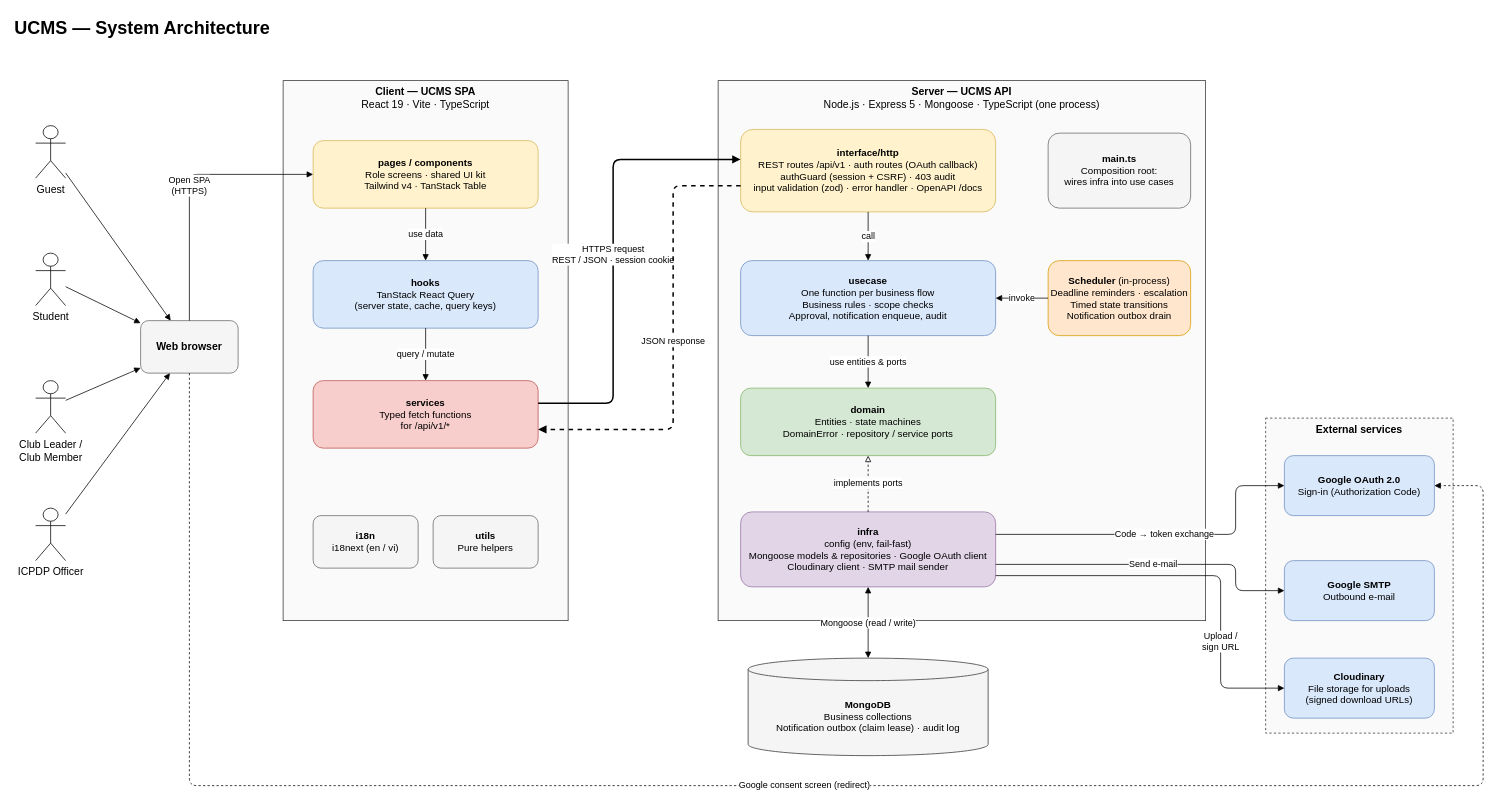
Before: docs/03-diagrams/UCMS_System_Architecture.drawio in nvdekay/ClubManagementSystem, a draw.io diagram. Source tidied: cells renumbered, new cells numbered last; positions are measured from the earlier drawing's top-left corner, leaving out a move shared by most shapes. Both pictures are drawn from the tidied source at 75%, with x=0, y=0 at pixel (13, 13).
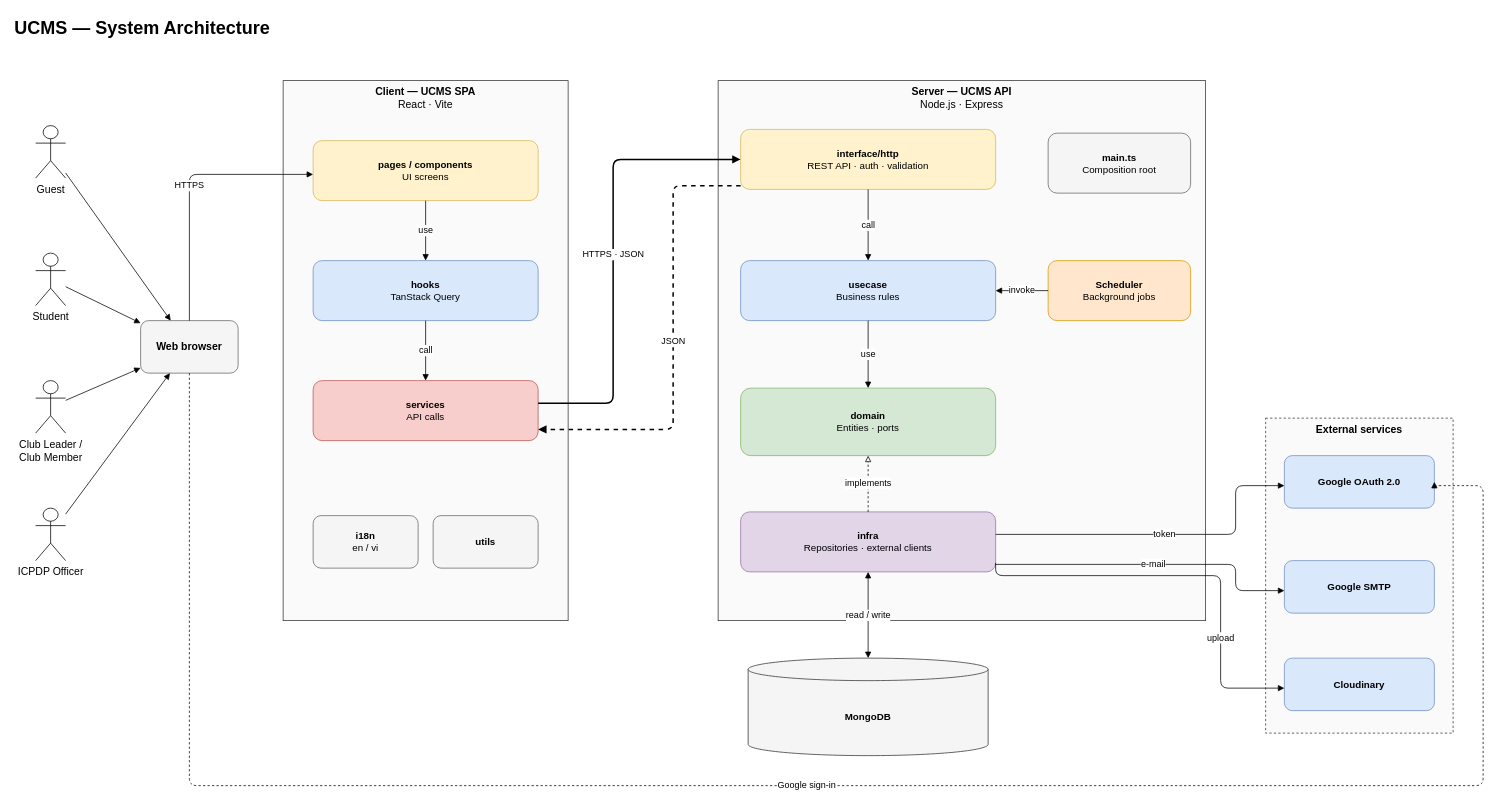
After the change.

Commit message (it also covers changes not shown here):
docs(diagrams): shorten system architecture labels and use one grey for ERD entities

The change refers to these unchanged cells:
```xml
<mxCell id="7" value="&lt;b&gt;Web browser&lt;/b&gt;" style="rounded=1;whiteSpace=wrap;html=1;fontSize=14;fillColor=#f5f5f5;strokeColor=#666666;" parent="1" vertex="1">
  <mxGeometry x="170" y="410" width="130" height="70" as="geometry" />
</mxCell>
```

Diff of the diagram source:
```diff
@@
-    <mxCell id="12" value="&lt;b&gt;Client — UCMS SPA&lt;/b&gt;&lt;br&gt;React 19 · Vite · TypeScript" style="rounded=0;whiteSpace=wrap;html=1;fontSize=14;verticalAlign=top;align=center;fillColor=#fafafa;strokeColor=#333333;dashed=0;" parent="1" vertex="1">
+    <mxCell id="12" value="&lt;b&gt;Client — UCMS SPA&lt;/b&gt;&lt;br&gt;React · Vite" style="rounded=0;whiteSpace=wrap;html=1;fontSize=14;verticalAlign=top;align=center;fillColor=#fafafa;strokeColor=#333333;dashed=0;" parent="1" vertex="1">
       <mxGeometry x="360" y="90" width="380" height="720" as="geometry" />
     </mxCell>
-    <mxCell id="13" value="&lt;b&gt;pages / components&lt;/b&gt;&lt;br&gt;Role screens · shared UI kit&lt;br&gt;Tailwind v4 · TanStack Table" style="rounded=1;whiteSpace=wrap;html=1;fontSize=13;fillColor=#fff2cc;strokeColor=#d6b656;" parent="1" vertex="1">
-      <mxGeometry x="400" y="170" width="300" height="90" as="geometry" />
+    <mxCell id="13" value="&lt;b&gt;pages / components&lt;/b&gt;&lt;br&gt;UI screens" style="rounded=1;whiteSpace=wrap;html=1;fontSize=13;fillColor=#fff2cc;strokeColor=#d6b656;" parent="1" vertex="1">
+      <mxGeometry x="400" y="170" width="300" height="80" as="geometry" />
     </mxCell>
-    <mxCell id="14" value="&lt;b&gt;hooks&lt;/b&gt;&lt;br&gt;TanStack React Query&lt;br&gt;(server state, cache, query keys)" style="rounded=1;whiteSpace=wrap;html=1;fontSize=13;fillColor=#dae8fc;strokeColor=#6c8ebf;" parent="1" vertex="1">
-      <mxGeometry x="400" y="330" width="300" height="90" as="geometry" />
+    <mxCell id="14" value="&lt;b&gt;hooks&lt;/b&gt;&lt;br&gt;TanStack Query" style="rounded=1;whiteSpace=wrap;html=1;fontSize=13;fillColor=#dae8fc;strokeColor=#6c8ebf;" parent="1" vertex="1">
+      <mxGeometry x="400" y="330" width="300" height="80" as="geometry" />
     </mxCell>
-    <mxCell id="15" value="&lt;b&gt;services&lt;/b&gt;&lt;br&gt;Typed fetch functions&lt;br&gt;for /api/v1/*" style="rounded=1;whiteSpace=wrap;html=1;fontSize=13;fillColor=#f8cecc;strokeColor=#b85450;" parent="1" vertex="1">
-      <mxGeometry x="400" y="490" width="300" height="90" as="geometry" />
+    <mxCell id="15" value="&lt;b&gt;services&lt;/b&gt;&lt;br&gt;API calls" style="rounded=1;whiteSpace=wrap;html=1;fontSize=13;fillColor=#f8cecc;strokeColor=#b85450;" parent="1" vertex="1">
+      <mxGeometry x="400" y="490" width="300" height="80" as="geometry" />
     </mxCell>
-    <mxCell id="16" value="&lt;b&gt;i18n&lt;/b&gt;&lt;br&gt;i18next (en / vi)" style="rounded=1;whiteSpace=wrap;html=1;fontSize=13;fillColor=#f5f5f5;strokeColor=#666666;" parent="1" vertex="1">
+    <mxCell id="16" value="&lt;b&gt;i18n&lt;/b&gt;&lt;br&gt;en / vi" style="rounded=1;whiteSpace=wrap;html=1;fontSize=13;fillColor=#f5f5f5;strokeColor=#666666;" parent="1" vertex="1">
       <mxGeometry x="400" y="670" width="140" height="70" as="geometry" />
     </mxCell>
-    <mxCell id="17" value="&lt;b&gt;utils&lt;/b&gt;&lt;br&gt;Pure helpers" style="rounded=1;whiteSpace=wrap;html=1;fontSize=13;fillColor=#f5f5f5;strokeColor=#666666;" parent="1" vertex="1">
+    <mxCell id="17" value="&lt;b&gt;utils&lt;/b&gt;" style="rounded=1;whiteSpace=wrap;html=1;fontSize=13;fillColor=#f5f5f5;strokeColor=#666666;" parent="1" vertex="1">
       <mxGeometry x="560" y="670" width="140" height="70" as="geometry" />
     </mxCell>
-    <mxCell id="18" value="use data" style="endArrow=block;endFill=1;html=1;fontSize=12;labelBackgroundColor=#ffffff;" parent="1" edge="1" source="13" target="14">
+    <mxCell id="18" value="use" style="endArrow=block;endFill=1;html=1;fontSize=12;labelBackgroundColor=#ffffff;" parent="1" edge="1" source="13" target="14">
       <mxGeometry relative="1" as="geometry" />
     </mxCell>
-    <mxCell id="19" value="query / mutate" style="endArrow=block;endFill=1;html=1;fontSize=12;labelBackgroundColor=#ffffff;" parent="1" edge="1" source="14" target="15">
+    <mxCell id="19" value="call" style="endArrow=block;endFill=1;html=1;fontSize=12;labelBackgroundColor=#ffffff;" parent="1" edge="1" source="14" target="15">
       <mxGeometry relative="1" as="geometry" />
     </mxCell>
-    <mxCell id="20" value="Open SPA&lt;br&gt;(HTTPS)" style="endArrow=block;endFill=1;html=1;fontSize=12;labelBackgroundColor=#ffffff;edgeStyle=orthogonalEdgeStyle;" parent="1" edge="1" source="7" target="13">
+    <mxCell id="20" value="HTTPS" style="endArrow=block;endFill=1;html=1;fontSize=12;labelBackgroundColor=#ffffff;edgeStyle=orthogonalEdgeStyle;" parent="1" edge="1" source="7" target="13">
       <mxGeometry relative="1" as="geometry">
         <Array as="points">
           <mxPoint x="235" y="215" />
         </Array>
       </mxGeometry>
     </mxCell>
-    <mxCell id="21" value="&lt;b&gt;Server — UCMS API&lt;/b&gt;&lt;br&gt;Node.js · Express 5 · Mongoose · TypeScript (one process)" style="rounded=0;whiteSpace=wrap;html=1;fontSize=14;verticalAlign=top;align=center;fillColor=#fafafa;strokeColor=#333333;" parent="1" vertex="1">
+    <mxCell id="21" value="&lt;b&gt;Server — UCMS API&lt;/b&gt;&lt;br&gt;Node.js · Express" style="rounded=0;whiteSpace=wrap;html=1;fontSize=14;verticalAlign=top;align=center;fillColor=#fafafa;strokeColor=#333333;" parent="1" vertex="1">
       <mxGeometry x="940" y="90" width="650" height="720" as="geometry" />
     </mxCell>
-    <mxCell id="22" value="&lt;b&gt;interface/http&lt;/b&gt;&lt;br&gt;REST routes /api/v1 · auth routes (OAuth callback)&lt;br&gt;authGuard (session + CSRF) · 403 audit&lt;br&gt;input validation (zod) · error handler · OpenAPI /docs" style="rounded=1;whiteSpace=wrap;html=1;fontSize=13;fillColor=#fff2cc;strokeColor=#d6b656;" parent="1" vertex="1">
-      <mxGeometry x="970" y="155" width="340" height="110" as="geometry" />
+    <mxCell id="22" value="&lt;b&gt;interface/http&lt;/b&gt;&lt;br&gt;REST API · auth · validation" style="rounded=1;whiteSpace=wrap;html=1;fontSize=13;fillColor=#fff2cc;strokeColor=#d6b656;" parent="1" vertex="1">
+      <mxGeometry x="970" y="155" width="340" height="80" as="geometry" />
     </mxCell>
-    <mxCell id="23" value="&lt;b&gt;usecase&lt;/b&gt;&lt;br&gt;One function per business flow&lt;br&gt;Business rules · scope checks&lt;br&gt;Approval, notification enqueue, audit" style="rounded=1;whiteSpace=wrap;html=1;fontSize=13;fillColor=#dae8fc;strokeColor=#6c8ebf;" parent="1" vertex="1">
-      <mxGeometry x="970" y="330" width="340" height="100" as="geometry" />
+    <mxCell id="23" value="&lt;b&gt;usecase&lt;/b&gt;&lt;br&gt;Business rules" style="rounded=1;whiteSpace=wrap;html=1;fontSize=13;fillColor=#dae8fc;strokeColor=#6c8ebf;" parent="1" vertex="1">
+      <mxGeometry x="970" y="330" width="340" height="80" as="geometry" />
     </mxCell>
-    <mxCell id="24" value="&lt;b&gt;domain&lt;/b&gt;&lt;br&gt;Entities · state machines&lt;br&gt;DomainError · repository / service ports" style="rounded=1;whiteSpace=wrap;html=1;fontSize=13;fillColor=#d5e8d4;strokeColor=#82b366;" parent="1" vertex="1">
+    <mxCell id="24" value="&lt;b&gt;domain&lt;/b&gt;&lt;br&gt;Entities · ports" style="rounded=1;whiteSpace=wrap;html=1;fontSize=13;fillColor=#d5e8d4;strokeColor=#82b366;" parent="1" vertex="1">
       <mxGeometry x="970" y="500" width="340" height="90" as="geometry" />
     </mxCell>
-    <mxCell id="25" value="&lt;b&gt;infra&lt;/b&gt;&lt;br&gt;config (env, fail-fast)&lt;br&gt;Mongoose models &amp;amp; repositories · Google OAuth client&lt;br&gt;Cloudinary client · SMTP mail sender" style="rounded=1;whiteSpace=wrap;html=1;fontSize=13;fillColor=#e1d5e7;strokeColor=#9673a6;" parent="1" vertex="1">
-      <mxGeometry x="970" y="665" width="340" height="100" as="geometry" />
+    <mxCell id="25" value="&lt;b&gt;infra&lt;/b&gt;&lt;br&gt;Repositories · external clients" style="rounded=1;whiteSpace=wrap;html=1;fontSize=13;fillColor=#e1d5e7;strokeColor=#9673a6;" parent="1" vertex="1">
+      <mxGeometry x="970" y="665" width="340" height="80" as="geometry" />
     </mxCell>
-    <mxCell id="26" value="&lt;b&gt;Scheduler&lt;/b&gt; (in-process)&lt;br&gt;Deadline reminders · escalation&lt;br&gt;Timed state transitions&lt;br&gt;Notification outbox drain" style="rounded=1;whiteSpace=wrap;html=1;fontSize=13;fillColor=#ffe6cc;strokeColor=#d79b00;" parent="1" vertex="1">
-      <mxGeometry x="1380" y="330" width="190" height="100" as="geometry" />
+    <mxCell id="26" value="&lt;b&gt;Scheduler&lt;/b&gt;&lt;br&gt;Background jobs" style="rounded=1;whiteSpace=wrap;html=1;fontSize=13;fillColor=#ffe6cc;strokeColor=#d79b00;" parent="1" vertex="1">
+      <mxGeometry x="1380" y="330" width="190" height="80" as="geometry" />
     </mxCell>
-    <mxCell id="27" value="&lt;b&gt;main.ts&lt;/b&gt;&lt;br&gt;Composition root:&lt;br&gt;wires infra into use cases" style="rounded=1;whiteSpace=wrap;html=1;fontSize=13;fillColor=#f5f5f5;strokeColor=#666666;" parent="1" vertex="1">
-      <mxGeometry x="1380" y="160" width="190" height="100" as="geometry" />
+    <mxCell id="27" value="&lt;b&gt;main.ts&lt;/b&gt;&lt;br&gt;Composition root" style="rounded=1;whiteSpace=wrap;html=1;fontSize=13;fillColor=#f5f5f5;strokeColor=#666666;" parent="1" vertex="1">
+      <mxGeometry x="1380" y="160" width="190" height="80" as="geometry" />
     </mxCell>
@@
-    <mxCell id="29" value="use entities &amp;amp; ports" style="endArrow=block;endFill=1;html=1;fontSize=12;labelBackgroundColor=#ffffff;" parent="1" edge="1" source="23" target="24">
+    <mxCell id="29" value="use" style="endArrow=block;endFill=1;html=1;fontSize=12;labelBackgroundColor=#ffffff;" parent="1" edge="1" source="23" target="24">
       <mxGeometry relative="1" as="geometry" />
     </mxCell>
-    <mxCell id="30" value="implements ports" style="endArrow=block;endFill=0;dashed=1;html=1;fontSize=12;labelBackgroundColor=#ffffff;" parent="1" edge="1" source="25" target="24">
+    <mxCell id="30" value="implements" style="endArrow=block;endFill=0;dashed=1;html=1;fontSize=12;labelBackgroundColor=#ffffff;" parent="1" edge="1" source="25" target="24">
       <mxGeometry relative="1" as="geometry" />
     </mxCell>
@@
-    <mxCell id="32" value="HTTPS request&lt;br&gt;REST / JSON · session cookie" style="endArrow=block;endFill=1;html=1;fontSize=12;labelBackgroundColor=#ffffff;edgeStyle=orthogonalEdgeStyle;strokeWidth=2;" parent="1" edge="1" source="15" target="22">
+    <mxCell id="32" value="HTTPS · JSON" style="endArrow=block;endFill=1;html=1;fontSize=12;labelBackgroundColor=#ffffff;edgeStyle=orthogonalEdgeStyle;strokeWidth=2;" parent="1" edge="1" source="15" target="22">
       <mxGeometry relative="1" as="geometry">
         <Array as="points">
           <mxPoint x="800" y="520" />
           <mxPoint x="800" y="195" />
         </Array>
       </mxGeometry>
     </mxCell>
-    <mxCell id="33" value="JSON response" style="endArrow=block;endFill=1;dashed=1;html=1;fontSize=12;labelBackgroundColor=#ffffff;edgeStyle=orthogonalEdgeStyle;strokeWidth=2;" parent="1" edge="1" source="22" target="15">
+    <mxCell id="33" value="JSON" style="endArrow=block;endFill=1;dashed=1;html=1;fontSize=12;labelBackgroundColor=#ffffff;edgeStyle=orthogonalEdgeStyle;strokeWidth=2;" parent="1" edge="1" source="22" target="15">
       <mxGeometry relative="1" as="geometry">
         <Array as="points">
           <mxPoint x="880" y="230" />
           <mxPoint x="880" y="555" />
         </Array>
       </mxGeometry>
     </mxCell>
-    <mxCell id="34" value="&lt;b&gt;MongoDB&lt;/b&gt;&lt;br&gt;Business collections&lt;br&gt;Notification outbox (claim lease) · audit log" style="shape=cylinder3;whiteSpace=wrap;html=1;boundedLbl=1;backgroundOutline=1;size=15;fontSize=13;fillColor=#f5f5f5;strokeColor=#333333;" parent="1" vertex="1">
+    <mxCell id="34" value="&lt;b&gt;MongoDB&lt;/b&gt;" style="shape=cylinder3;whiteSpace=wrap;html=1;boundedLbl=1;backgroundOutline=1;size=15;fontSize=13;fillColor=#f5f5f5;strokeColor=#333333;" parent="1" vertex="1">
       <mxGeometry x="980" y="860" width="320" height="130" as="geometry" />
     </mxCell>
-    <mxCell id="35" value="Mongoose (read / write)" style="endArrow=block;endFill=1;startArrow=block;startFill=1;html=1;fontSize=12;labelBackgroundColor=#ffffff;" parent="1" edge="1" source="25" target="34">
+    <mxCell id="35" value="read / write" style="endArrow=block;endFill=1;startArrow=block;startFill=1;html=1;fontSize=12;labelBackgroundColor=#ffffff;" parent="1" edge="1" source="25" target="34">
       <mxGeometry relative="1" as="geometry" />
     </mxCell>
@@
-    <mxCell id="37" value="&lt;b&gt;Google OAuth 2.0&lt;/b&gt;&lt;br&gt;Sign-in (Authorization Code)" style="rounded=1;whiteSpace=wrap;html=1;fontSize=13;fillColor=#dae8fc;strokeColor=#6c8ebf;" parent="1" vertex="1">
-      <mxGeometry x="1695" y="590" width="200" height="80" as="geometry" />
+    <mxCell id="37" value="&lt;b&gt;Google OAuth 2.0&lt;/b&gt;" style="rounded=1;whiteSpace=wrap;html=1;fontSize=13;fillColor=#dae8fc;strokeColor=#6c8ebf;" parent="1" vertex="1">
+      <mxGeometry x="1695" y="590" width="200" height="70" as="geometry" />
     </mxCell>
-    <mxCell id="38" value="&lt;b&gt;Google SMTP&lt;/b&gt;&lt;br&gt;Outbound e-mail" style="rounded=1;whiteSpace=wrap;html=1;fontSize=13;fillColor=#dae8fc;strokeColor=#6c8ebf;" parent="1" vertex="1">
-      <mxGeometry x="1695" y="730" width="200" height="80" as="geometry" />
+    <mxCell id="38" value="&lt;b&gt;Google SMTP&lt;/b&gt;" style="rounded=1;whiteSpace=wrap;html=1;fontSize=13;fillColor=#dae8fc;strokeColor=#6c8ebf;" parent="1" vertex="1">
+      <mxGeometry x="1695" y="730" width="200" height="70" as="geometry" />
     </mxCell>
-    <mxCell id="39" value="&lt;b&gt;Cloudinary&lt;/b&gt;&lt;br&gt;File storage for uploads&lt;br&gt;(signed download URLs)" style="rounded=1;whiteSpace=wrap;html=1;fontSize=13;fillColor=#dae8fc;strokeColor=#6c8ebf;" parent="1" vertex="1">
-      <mxGeometry x="1695" y="860" width="200" height="80" as="geometry" />
+    <mxCell id="39" value="&lt;b&gt;Cloudinary&lt;/b&gt;" style="rounded=1;whiteSpace=wrap;html=1;fontSize=13;fillColor=#dae8fc;strokeColor=#6c8ebf;" parent="1" vertex="1">
+      <mxGeometry x="1695" y="860" width="200" height="70" as="geometry" />
     </mxCell>
-    <mxCell id="40" value="Upload /&lt;br&gt;sign URL" style="endArrow=block;endFill=1;html=1;fontSize=12;labelBackgroundColor=#ffffff;edgeStyle=orthogonalEdgeStyle;exitX=1;exitY=0.85;exitDx=0;exitDy=0;" parent="1" edge="1" source="25" target="39">
+    <mxCell id="40" value="upload" style="endArrow=block;endFill=1;html=1;fontSize=12;labelBackgroundColor=#ffffff;edgeStyle=orthogonalEdgeStyle;exitX=1;exitY=0.85;exitDx=0;exitDy=0;" parent="1" edge="1" source="25" target="39">
       <mxGeometry x="0.45" relative="1" as="geometry">
         <Array as="points">
           <mxPoint x="1610" y="750" />
           <mxPoint x="1610" y="900" />
         </Array>
       </mxGeometry>
     </mxCell>
-    <mxCell id="41" value="Code → token exchange" style="endArrow=block;endFill=1;html=1;fontSize=12;labelBackgroundColor=#ffffff;edgeStyle=orthogonalEdgeStyle;" parent="1" edge="1" source="25" target="37">
+    <mxCell id="41" value="token" style="endArrow=block;endFill=1;html=1;fontSize=12;labelBackgroundColor=#ffffff;edgeStyle=orthogonalEdgeStyle;" parent="1" edge="1" source="25" target="37">
       <mxGeometry relative="1" as="geometry">
         <Array as="points">
           <mxPoint x="1630" y="695" />
           <mxPoint x="1630" y="630" />
         </Array>
       </mxGeometry>
     </mxCell>
-    <mxCell id="42" value="Send e-mail" style="endArrow=block;endFill=1;html=1;fontSize=12;labelBackgroundColor=#ffffff;edgeStyle=orthogonalEdgeStyle;" parent="1" edge="1" source="25" target="38">
+    <mxCell id="42" value="e-mail" style="endArrow=block;endFill=1;html=1;fontSize=12;labelBackgroundColor=#ffffff;edgeStyle=orthogonalEdgeStyle;" parent="1" edge="1" source="25" target="38">
       <mxGeometry relative="1" as="geometry">
         <Array as="points">
           <mxPoint x="1630" y="735" />
           <mxPoint x="1630" y="770" />
         </Array>
       </mxGeometry>
     </mxCell>
-    <mxCell id="43" value="Google consent screen (redirect)" style="endArrow=block;endFill=1;dashed=1;html=1;fontSize=12;labelBackgroundColor=#ffffff;edgeStyle=orthogonalEdgeStyle;entryX=1;entryY=0.5;entryDx=0;entryDy=0;" parent="1" edge="1" source="7" target="37">
+    <mxCell id="43" value="Google sign-in" style="endArrow=block;endFill=1;dashed=1;html=1;fontSize=12;labelBackgroundColor=#ffffff;edgeStyle=orthogonalEdgeStyle;entryX=1;entryY=0.5;entryDx=0;entryDy=0;" parent="1" edge="1" source="7" target="37">
       <mxGeometry relative="1" as="geometry">
         <Array as="points">
           <mxPoint x="235" y="1030" />
           <mxPoint x="1960" y="1030" />
           <mxPoint x="1960" y="630" />
         </Array>
       </mxGeometry>
     </mxCell>
```
